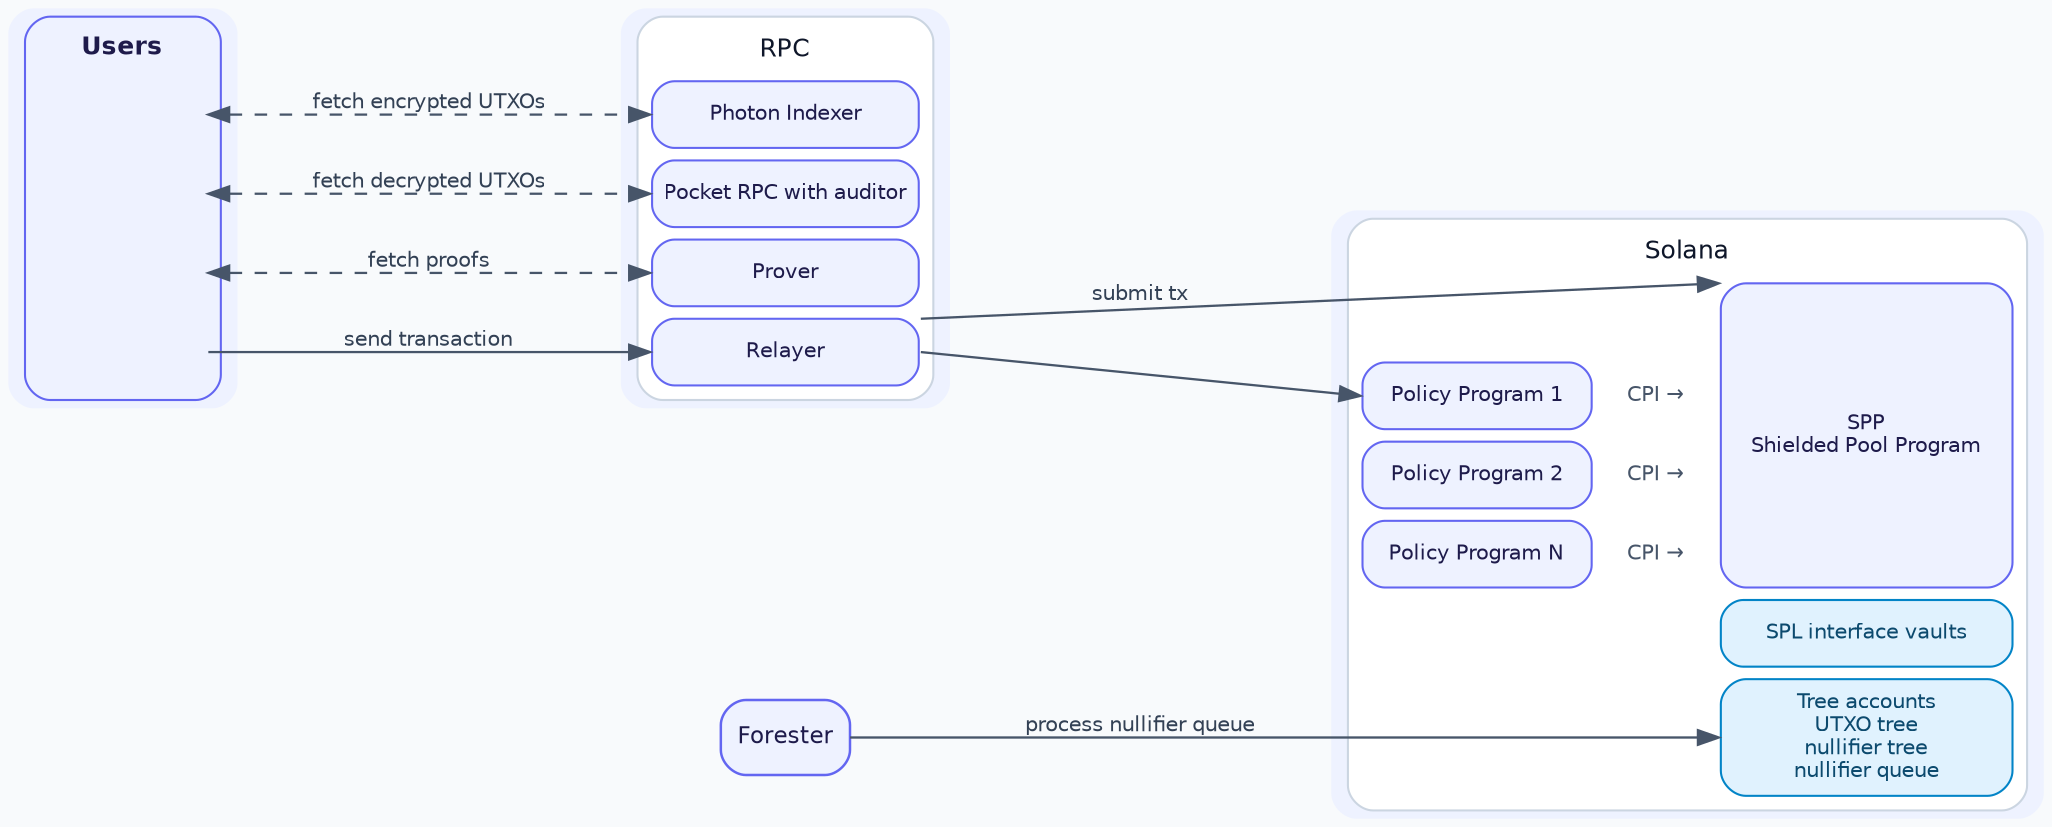
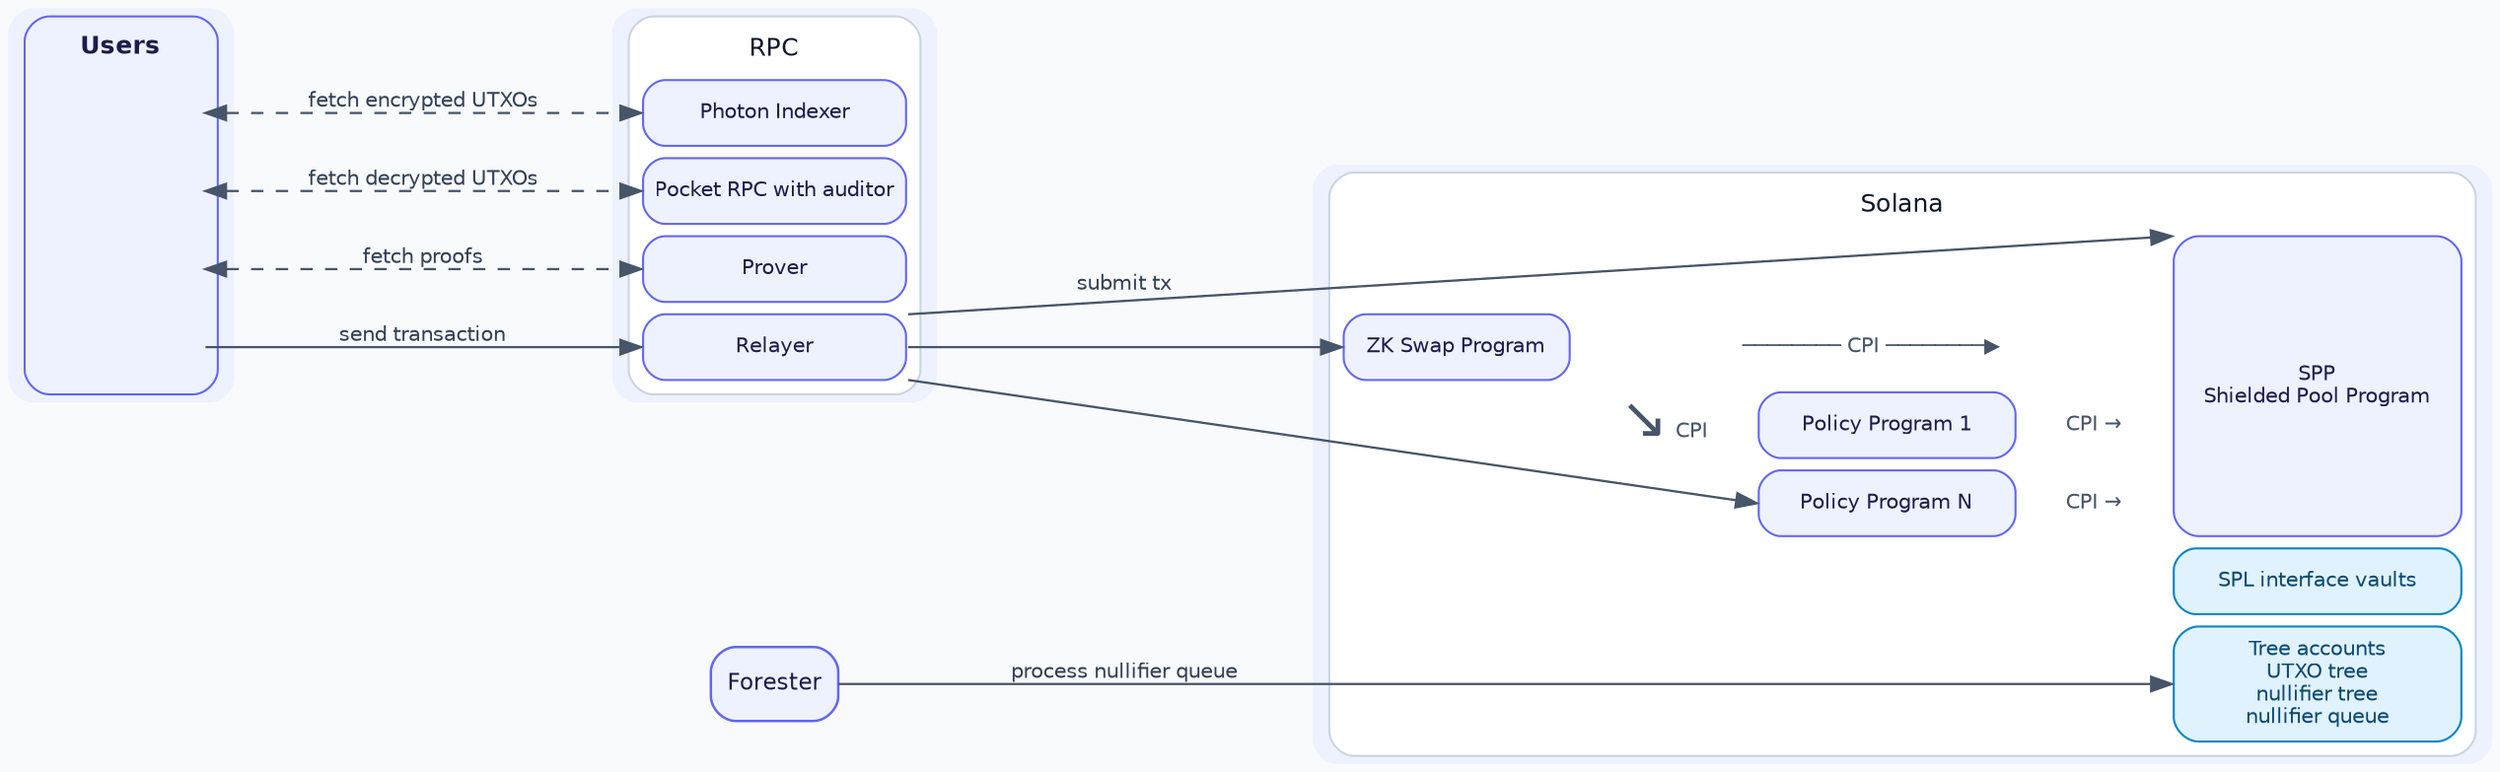
// Architecture diagram for docs/spec.md.
// Regenerate with `just render-diagrams` or:
//     dot -Tpng -Gdpi=144 docs/diagrams/architecture.dot -o docs/diagrams/architecture.png
//     dot -Tsvg          docs/diagrams/architecture.dot -o docs/diagrams/architecture.svg
//
// Client and RPC are both HTML-label tables with matching row heights so
// the cross arrows between corresponding ports are horizontal.
digraph G {
    compound=true;
    rankdir=LR;
    nodesep=0.3;
    ranksep=1.0;
    splines=line;
    bgcolor="#F8FAFC";
    node [shape=box, style="rounded,filled", fillcolor="#EEF2FF", color="#6366F1", fontcolor="#1E1B4B", fontname="Helvetica", fontsize=11, penwidth=1.2];
    edge [color="#475569", fontcolor="#334155", fontname="Helvetica", fontsize=10, penwidth=1.1];

    Client [shape=plaintext, label=<
        <TABLE BORDER="1" CELLBORDER="0" CELLSPACING="6" CELLPADDING="0" BGCOLOR="#EEF2FF" COLOR="#6366F1" STYLE="ROUNDED">
            <TR><TD HEIGHT="18" WIDTH="80"><FONT COLOR="#1E1B4B" POINT-SIZE="12"><B>Users</B></FONT></TD></TR>
            <TR><TD PORT="d" HEIGHT="32" WIDTH="80"></TD></TR>
            <TR><TD PORT="p" HEIGHT="32" WIDTH="80"></TD></TR>
            <TR><TD PORT="r" HEIGHT="32" WIDTH="80"></TD></TR>
            <TR><TD PORT="x" HEIGHT="32" WIDTH="80"></TD></TR>
        </TABLE>
    >];

    RPC [shape=plaintext, label=<
        <TABLE BORDER="1" CELLBORDER="0" CELLSPACING="6" CELLPADDING="0" BGCOLOR="#FFFFFF" COLOR="#CBD5E1" STYLE="ROUNDED">
            <TR><TD HEIGHT="18" WIDTH="128"><FONT COLOR="#0F172A" POINT-SIZE="12">RPC</FONT></TD></TR>
            <TR><TD PORT="d" HEIGHT="32" WIDTH="128" BGCOLOR="#EEF2FF" COLOR="#6366F1" STYLE="ROUNDED" BORDER="1"><FONT COLOR="#1E1B4B" POINT-SIZE="10">Photon Indexer</FONT></TD></TR>
            <TR><TD PORT="p" HEIGHT="32" WIDTH="128" BGCOLOR="#EEF2FF" COLOR="#6366F1" STYLE="ROUNDED" BORDER="1"><FONT COLOR="#1E1B4B" POINT-SIZE="10">Pocket RPC with auditor</FONT></TD></TR>
            <TR><TD PORT="r" HEIGHT="32" WIDTH="128" BGCOLOR="#EEF2FF" COLOR="#6366F1" STYLE="ROUNDED" BORDER="1"><FONT COLOR="#1E1B4B" POINT-SIZE="10">Prover</FONT></TD></TR>
            <TR><TD PORT="x" HEIGHT="32" WIDTH="128" BGCOLOR="#EEF2FF" COLOR="#6366F1" STYLE="ROUNDED" BORDER="1"><FONT COLOR="#1E1B4B" POINT-SIZE="10">Relayer</FONT></TD></TR>
        </TABLE>
    >];

    Forester [label="Forester"];

    // Solana is an HTML table. ROWSPAN ties the policy rows to a single SPP
    // cell on the right; the accounts span both columns below SPP.
    Solana [shape=plaintext, label=<
        <TABLE BORDER="1" CELLBORDER="0" CELLSPACING="6" CELLPADDING="0" BGCOLOR="#FFFFFF" COLOR="#CBD5E1" STYLE="ROUNDED">
-             <TR><TD COLSPAN="3" HEIGHT="18"><FONT COLOR="#0F172A" POINT-SIZE="12">Solana</FONT></TD></TR>
+             <TR><TD COLSPAN="5" HEIGHT="18"><FONT COLOR="#0F172A" POINT-SIZE="12">Solana</FONT></TD></TR>
            <TR>
-                 <TD PORT="passthru" COLSPAN="2" HEIGHT="32" WIDTH="130" BORDER="0"></TD>
+                 <TD PORT="passthru" COLSPAN="4" HEIGHT="32" WIDTH="290" BORDER="0"></TD>
                <TD ROWSPAN="4" PORT="spp" WIDTH="140" BGCOLOR="#EEF2FF" COLOR="#6366F1" STYLE="ROUNDED" BORDER="1"><FONT COLOR="#1E1B4B" POINT-SIZE="10">SPP<BR/>Shielded Pool Program</FONT></TD>
            </TR>
            <TR>
+                 <TD PORT="zkswap" HEIGHT="32" WIDTH="110" BGCOLOR="#EEF2FF" COLOR="#6366F1" STYLE="ROUNDED" BORDER="1"><FONT COLOR="#1E1B4B" POINT-SIZE="10">ZK Swap Program</FONT></TD>
+                 <TD COLSPAN="3" HEIGHT="32" WIDTH="270"><FONT COLOR="#475569" POINT-SIZE="10">&#x2500;&#x2500;&#x2500;&#x2500;&#x2500;&#x2500;&#x2500;&#x2500; CPI &#x2500;&#x2500;&#x2500;&#x2500;&#x2500;&#x2500;&#x2500;&#x2500;&#x25B6;</FONT></TD>
+             </TR>
+             <TR>
+                 <TD HEIGHT="32" WIDTH="110" BORDER="0"></TD>
+                 <TD HEIGHT="32" WIDTH="50"><FONT COLOR="#475569" POINT-SIZE="28">&#x2198;</FONT><FONT COLOR="#475569" POINT-SIZE="10"> CPI</FONT></TD>
                <TD PORT="policy1" HEIGHT="32" WIDTH="110" BGCOLOR="#EEF2FF" COLOR="#6366F1" STYLE="ROUNDED" BORDER="1"><FONT COLOR="#1E1B4B" POINT-SIZE="10">Policy Program 1</FONT></TD>
                <TD HEIGHT="32" WIDTH="50"><FONT COLOR="#475569" POINT-SIZE="10">CPI &#x2192;</FONT></TD>
            </TR>
            <TR>
-                 <TD PORT="policy2" HEIGHT="32" WIDTH="110" BGCOLOR="#EEF2FF" COLOR="#6366F1" STYLE="ROUNDED" BORDER="1"><FONT COLOR="#1E1B4B" POINT-SIZE="10">Policy Program 2</FONT></TD>
-                 <TD HEIGHT="32" WIDTH="50"><FONT COLOR="#475569" POINT-SIZE="10">CPI &#x2192;</FONT></TD>
-             </TR>
-             <TR>
+                 <TD HEIGHT="32" WIDTH="110" BORDER="0"></TD>
+                 <TD HEIGHT="32" WIDTH="50" BORDER="0"></TD>
                <TD PORT="policyN" HEIGHT="32" WIDTH="110" BGCOLOR="#EEF2FF" COLOR="#6366F1" STYLE="ROUNDED" BORDER="1"><FONT COLOR="#1E1B4B" POINT-SIZE="10">Policy Program N</FONT></TD>
                <TD HEIGHT="32" WIDTH="50"><FONT COLOR="#475569" POINT-SIZE="10">CPI &#x2192;</FONT></TD>
            </TR>
            <TR>
-                 <TD COLSPAN="2" BORDER="0"></TD>
+                 <TD COLSPAN="4" BORDER="0"></TD>
                <TD PORT="vault" HEIGHT="32" WIDTH="140" BGCOLOR="#E0F2FE" COLOR="#0284C7" STYLE="ROUNDED" BORDER="1"><FONT COLOR="#0C4A6E" POINT-SIZE="10">SPL interface vaults</FONT></TD>
            </TR>
            <TR>
-                 <TD COLSPAN="2" BORDER="0"></TD>
+                 <TD COLSPAN="4" BORDER="0"></TD>
                <TD PORT="tree" HEIGHT="56" WIDTH="140" BGCOLOR="#E0F2FE" COLOR="#0284C7" STYLE="ROUNDED" BORDER="1"><FONT COLOR="#0C4A6E" POINT-SIZE="10">Tree accounts<BR/>UTXO tree<BR/>nullifier tree<BR/>nullifier queue</FONT></TD>
            </TR>
        </TABLE>
    >];

    // Client port -> matching RPC port. Same row heights on both tables
    // give horizontal arrows.
    Client:d:e -> RPC:d:w [dir=both, style=dashed, label="fetch encrypted UTXOs"];
    Client:p:e -> RPC:p:w [dir=both, style=dashed, label="fetch decrypted UTXOs"];
    Client:r:e -> RPC:r:w [dir=both, style=dashed, label="fetch proofs"];
    Client:x:e -> RPC:x:w [label="send transaction"];

-     // Relayer can submit a tx directly to SPP (default pocket) or via one
-     // of the Policy programs (policy pocket). The direct-to-SPP arrow enters
-     // through the empty first-row cell so it doesn't cross any Policy box.
+     // Relayer can submit a tx directly to SPP (default pocket), via the
+     // ZK Swap program, or via Policy Program N (policy pockets). The
+     // direct-to-SPP arrow enters through the empty first-row cell so it
+     // doesn't cross any Policy box.
    RPC:x:ne -> Solana:spp:nw   [label="submit tx"];
-     RPC:x:e -> Solana:policy1:w;
+     RPC:x:e  -> Solana:zkswap:w;
+     RPC:x:se -> Solana:policyN:w;

    // Forester processes the nullifier queue
    Forester -> Solana:tree:w [label="process nullifier queue"];
}
